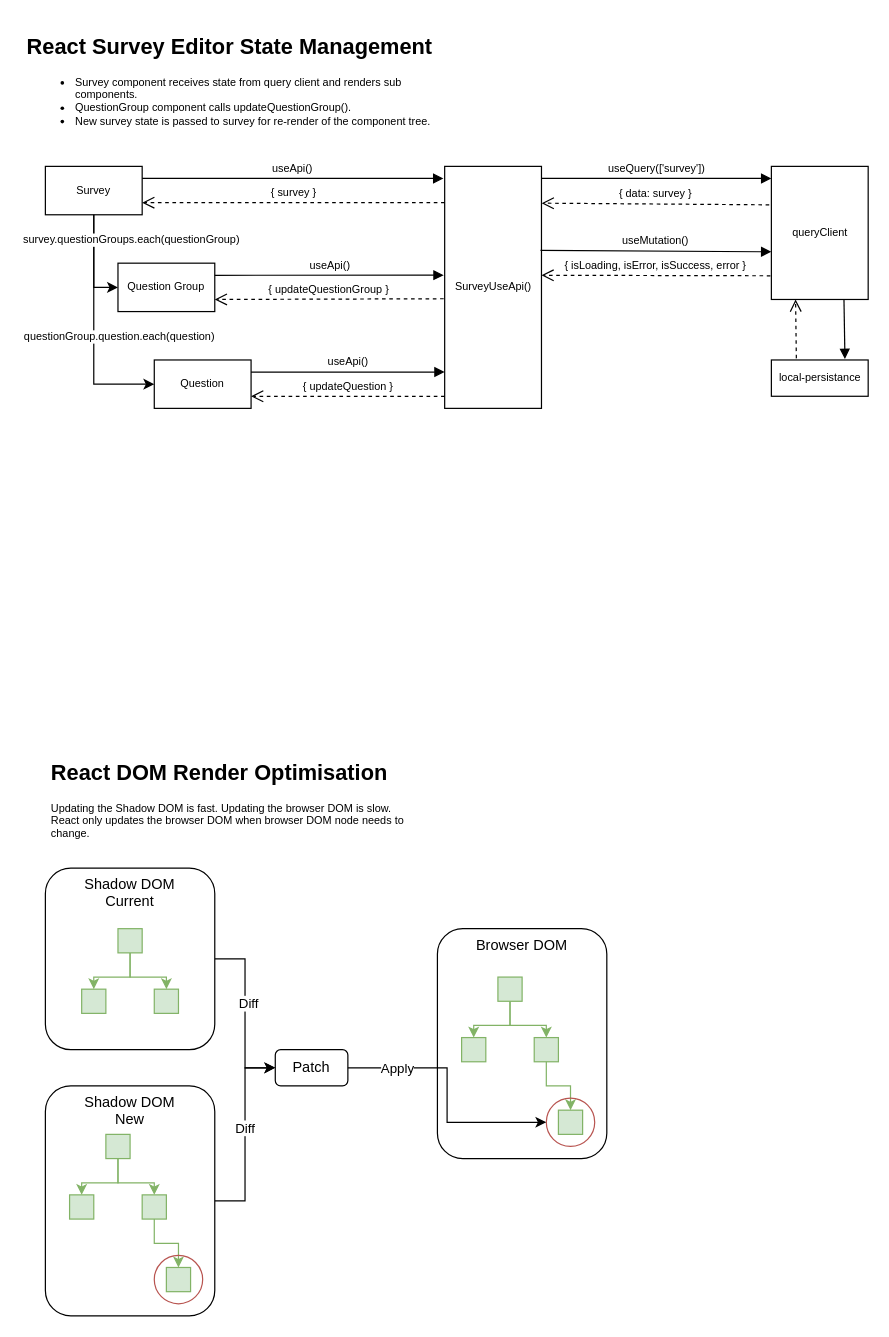
Before: docs/ReactSurveyEditorStateManagment.drawio in LimeSurvey/react-app-proto, a draw.io diagram. Source tidied: cells renumbered, new cells numbered last; positions are measured from the earlier drawing's top-left corner, leaving out a move shared by most shapes. Both pictures are drawn from the tidied source at 121%, with x=0, y=0 at pixel (21, 33).
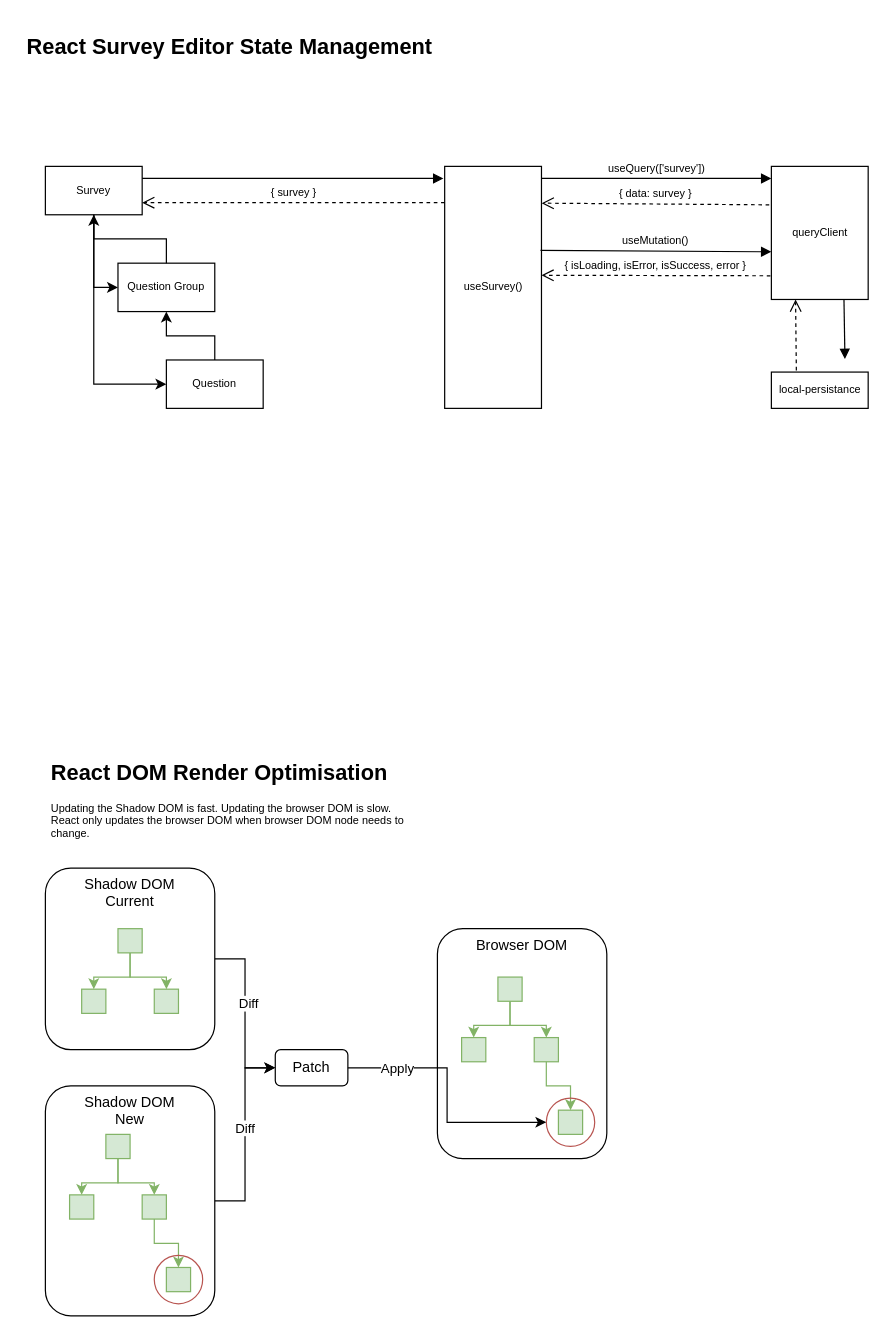
The same diagram, later.

The change refers to these unchanged cells:
```xml
<mxCell id="37" value="Survey" style="rounded=0;whiteSpace=wrap;html=1;fontSize=9;fontColor=#000000;fillColor=none;" parent="1" vertex="1">
  <mxGeometry x="20" y="110" width="80" height="40" as="geometry" />
</mxCell>
<mxCell id="38" value="Question Group" style="rounded=0;whiteSpace=wrap;html=1;fontSize=9;fontColor=#000000;fillColor=none;" parent="1" vertex="1">
  <mxGeometry x="80" y="190" width="80" height="40" as="geometry" />
</mxCell>
```

What changed in the source:
```diff
@@
+    <mxCell id="58" style="edgeStyle=orthogonalEdgeStyle;rounded=0;jettySize=auto;html=1;entryX=0.5;entryY=1;entryDx=0;entryDy=0;" parent="1" edge="1" source="38" target="37">
+      <mxGeometry relative="1" as="geometry" />
+    </mxCell>
@@
+    <mxCell id="59" style="edgeStyle=orthogonalEdgeStyle;rounded=0;jettySize=auto;html=1;entryX=0.5;entryY=1;entryDx=0;entryDy=0;" parent="1" edge="1" source="39" target="38">
+      <mxGeometry relative="1" as="geometry" />
+    </mxCell>
     <mxCell id="39" value="Question" style="rounded=0;whiteSpace=wrap;html=1;fontSize=9;fontColor=#000000;fillColor=none;" parent="1" vertex="1">
-      <mxGeometry x="110" y="270" width="80" height="40" as="geometry" />
+      <mxGeometry x="120" y="270" width="80" height="40" as="geometry" />
     </mxCell>
@@
-    <mxCell id="43" value="survey.questionGroups.each(questionGroup)" style="edgeLabel;html=1;align=center;verticalAlign=middle;fontSize=9;fontColor=#000000;" parent="1" vertex="1">
-      <mxGeometry x="90" y="170" as="geometry" />
-    </mxCell>
-    <mxCell id="44" value="questionGroup.question.each(question)" style="edgeLabel;html=1;align=center;verticalAlign=middle;fontSize=9;fontColor=#000000;" parent="1" vertex="1">
-      <mxGeometry x="80" y="250" as="geometry" />
-    </mxCell>
-    <mxCell id="45" value="SurveyUseApi()" style="html=1;points=[];perimeter=orthogonalPerimeter;fontSize=9;fontColor=#000000;fillColor=none;" parent="1" vertex="1">
+    <mxCell id="45" value="useSurvey()" style="html=1;points=[];perimeter=orthogonalPerimeter;fontSize=9;fontColor=#000000;fillColor=none;" parent="1" vertex="1">
       <mxGeometry x="350" y="110" width="80" height="200" as="geometry" />
     </mxCell>
-    <mxCell id="46" value="useApi()" style="html=1;verticalAlign=bottom;endArrow=block;rounded=0;fontSize=9;fontColor=#000000;entryX=-0.013;entryY=0.05;entryDx=0;entryDy=0;entryPerimeter=0;exitX=1;exitY=0.25;exitDx=0;exitDy=0;" parent="1" edge="1" source="37" target="45">
+    <mxCell id="46" style="html=1;verticalAlign=bottom;endArrow=block;rounded=0;fontSize=9;fontColor=#000000;entryX=-0.013;entryY=0.05;entryDx=0;entryDy=0;entryPerimeter=0;exitX=1;exitY=0.25;exitDx=0;exitDy=0;" parent="1" edge="1" source="37" target="45">
       <mxGeometry relative="1" as="geometry" />
     </mxCell>
@@
-    <mxCell id="48" value="useApi()" style="html=1;verticalAlign=bottom;endArrow=block;rounded=0;fontSize=9;fontColor=#000000;exitX=1;exitY=0.25;exitDx=0;exitDy=0;entryX=-0.01;entryY=0.248;entryDx=0;entryDy=0;entryPerimeter=0;" parent="1" edge="1">
-      <mxGeometry relative="1" as="geometry">
-        <mxPoint x="160" y="200" as="sourcePoint" />
-        <mxPoint x="349.2" y="199.9" as="targetPoint" />
-      </mxGeometry>
-    </mxCell>
-    <mxCell id="49" value="{ updateQuestionGroup }" style="html=1;verticalAlign=bottom;endArrow=open;dashed=1;endSize=8;rounded=0;fontSize=9;fontColor=#000000;exitX=-0.01;exitY=0.736;exitDx=0;exitDy=0;exitPerimeter=0;" parent="1" edge="1">
-      <mxGeometry relative="1" as="geometry">
-        <mxPoint x="349.2" y="219.4" as="sourcePoint" />
-        <mxPoint x="160" y="220" as="targetPoint" />
-      </mxGeometry>
-    </mxCell>
-    <mxCell id="50" value="useApi()" style="html=1;verticalAlign=bottom;endArrow=block;rounded=0;fontSize=9;fontColor=#000000;exitX=1;exitY=0.25;exitDx=0;exitDy=0;" parent="1" edge="1">
-      <mxGeometry relative="1" as="geometry">
-        <mxPoint x="190" y="280" as="sourcePoint" />
-        <mxPoint x="350" y="280" as="targetPoint" />
-      </mxGeometry>
-    </mxCell>
-    <mxCell id="51" value="{ updateQuestion }" style="html=1;verticalAlign=bottom;endArrow=open;dashed=1;endSize=8;rounded=0;fontSize=9;fontColor=#000000;" parent="1" edge="1">
-      <mxGeometry relative="1" as="geometry">
-        <mxPoint x="350" y="300" as="sourcePoint" />
-        <mxPoint x="190" y="300" as="targetPoint" />
-      </mxGeometry>
-    </mxCell>
@@
     <mxCell id="54" value="local-persistance" style="html=1;points=[];perimeter=orthogonalPerimeter;fontSize=9;fontColor=#000000;fillColor=none;" parent="1" vertex="1">
-      <mxGeometry x="620" y="270" width="80" height="30" as="geometry" />
+      <mxGeometry x="620" y="280" width="80" height="30" as="geometry" />
     </mxCell>
@@
-    <mxCell id="57" value="&lt;h1&gt;React Survey Editor State Management&lt;/h1&gt;&lt;p&gt;&lt;/p&gt;&lt;ul&gt;&lt;li&gt;Survey component receives state from query client and renders sub components.&lt;/li&gt;&lt;li&gt;QuestionGroup component calls updateQuestionGroup().&lt;/li&gt;&lt;li&gt;New survey state is passed to survey for re-render of the component tree.&lt;/li&gt;&lt;/ul&gt;&lt;p&gt;&lt;/p&gt;" style="text;html=1;strokeColor=none;fillColor=none;spacing=5;spacingTop=-20;whiteSpace=wrap;overflow=hidden;rounded=0;fontSize=9;fontColor=#000000;" parent="1" vertex="1">
-      <mxGeometry width="366" height="80" as="geometry" />
+    <mxCell id="57" value="&lt;h1&gt;React Survey Editor State Management&lt;/h1&gt;&lt;p&gt;&lt;/p&gt;" style="text;html=1;strokeColor=none;fillColor=none;spacing=5;spacingTop=-20;whiteSpace=wrap;overflow=hidden;rounded=0;fontSize=9;fontColor=#000000;" parent="1" vertex="1">
+      <mxGeometry width="366" height="40" as="geometry" />
     </mxCell>
```
